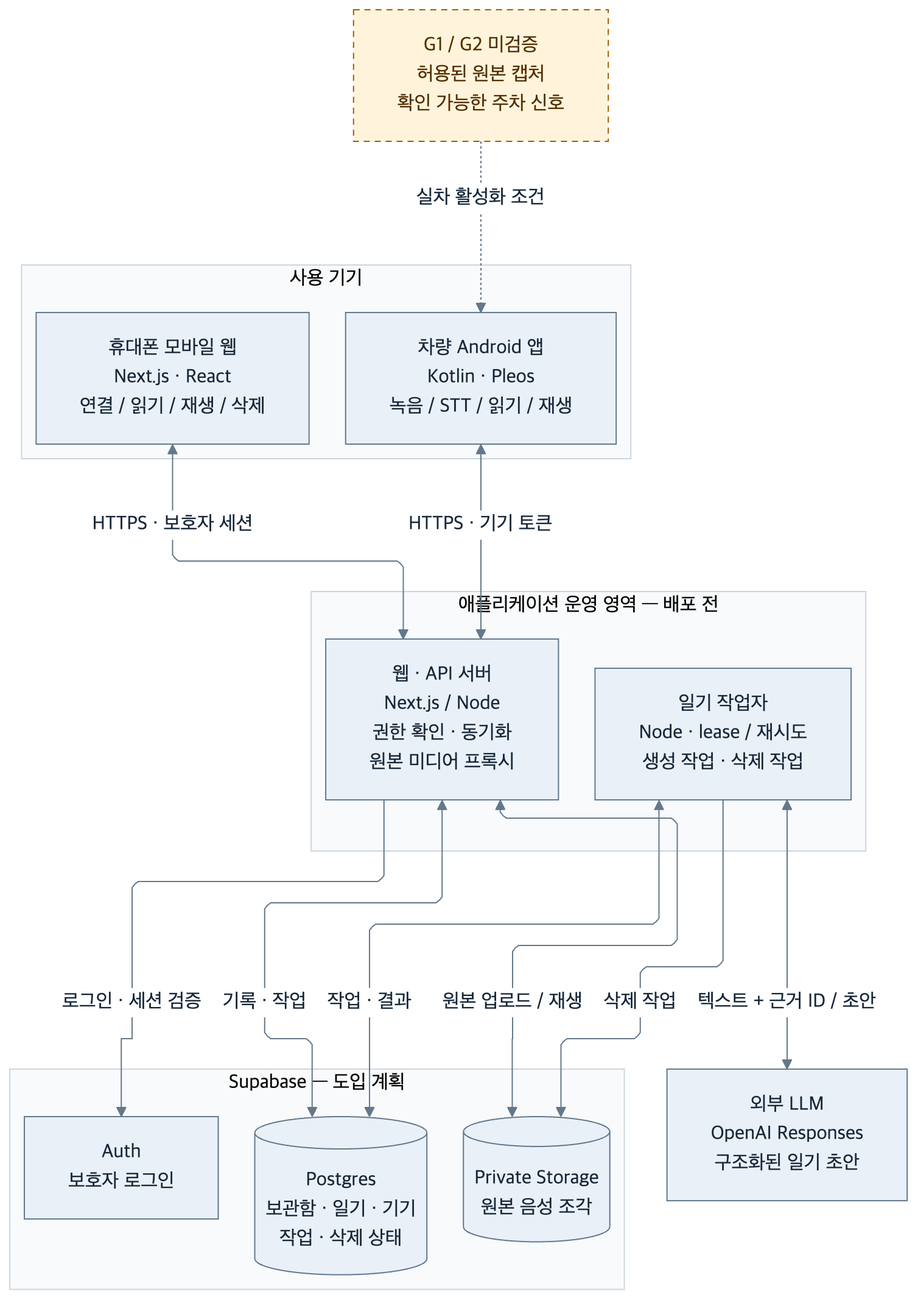
Earlier version of the Mermaid export docs/architecture/system.png (LSHgrandvoyage/hmg-family-diary). Its source is kept beside it as docs/architecture/system.mmd. Source of this version:
```mermaid
flowchart TB
  accTitle: 가족 여행일기 시스템 아키텍처
  accDescr: 계획상의 차량 앱과 휴대폰 웹이 인증 API를 통해 보관함을 사용하고 작업자가 텍스트를 정리한다. 차량 원본 캡처와 주차 신호는 미검증이다.
  subgraph clients["사용 기기"]
    car["차량 Android 앱<br/>Kotlin · Pleos<br/>녹음 / STT / 읽기 / 재생"]
    phone["휴대폰 모바일 웹<br/>Next.js · React<br/>연결 / 읽기 / 재생 / 삭제"]
  end
  subgraph service["애플리케이션 운영 영역 — 배포 전"]
    api["웹 · API 서버<br/>Next.js / Node<br/>권한 확인 · 동기화<br/>원본 미디어 프록시"]
    worker["일기 작업자<br/>Node · lease / 재시도<br/>생성 작업 · 삭제 작업"]
  end
  subgraph managed["Supabase — 도입 계획"]
    auth["Auth<br/>보호자 로그인"]
    db[("Postgres<br/>보관함 · 일기 · 기기<br/>작업 · 삭제 상태")]
    files[("Private Storage<br/>원본 음성 조각")]
  end
  model["외부 LLM<br/>OpenAI Responses<br/>구조화된 일기 초안"]
  gate["G1 / G2 미검증<br/>허용된 원본 캡처<br/>확인 가능한 주차 신호"]
  car <-->|"HTTPS · 기기 토큰"| api
  phone <-->|"HTTPS · 보호자 세션"| api
  api -->|"로그인 · 세션 검증"| auth
  api <-->|"기록 · 작업"| db
  api <-->|"원본 업로드 / 재생"| files
  worker <-->|"작업 · 결과"| db
  worker -->|"삭제 작업"| files
  worker <-->|"텍스트 + 근거 ID / 초안"| model
  gate -.->|"실차 활성화 조건"| car
  classDef pending fill:#fff4db,stroke:#a15c00,color:#543000,stroke-dasharray:5 4;
  class gate pending;
```
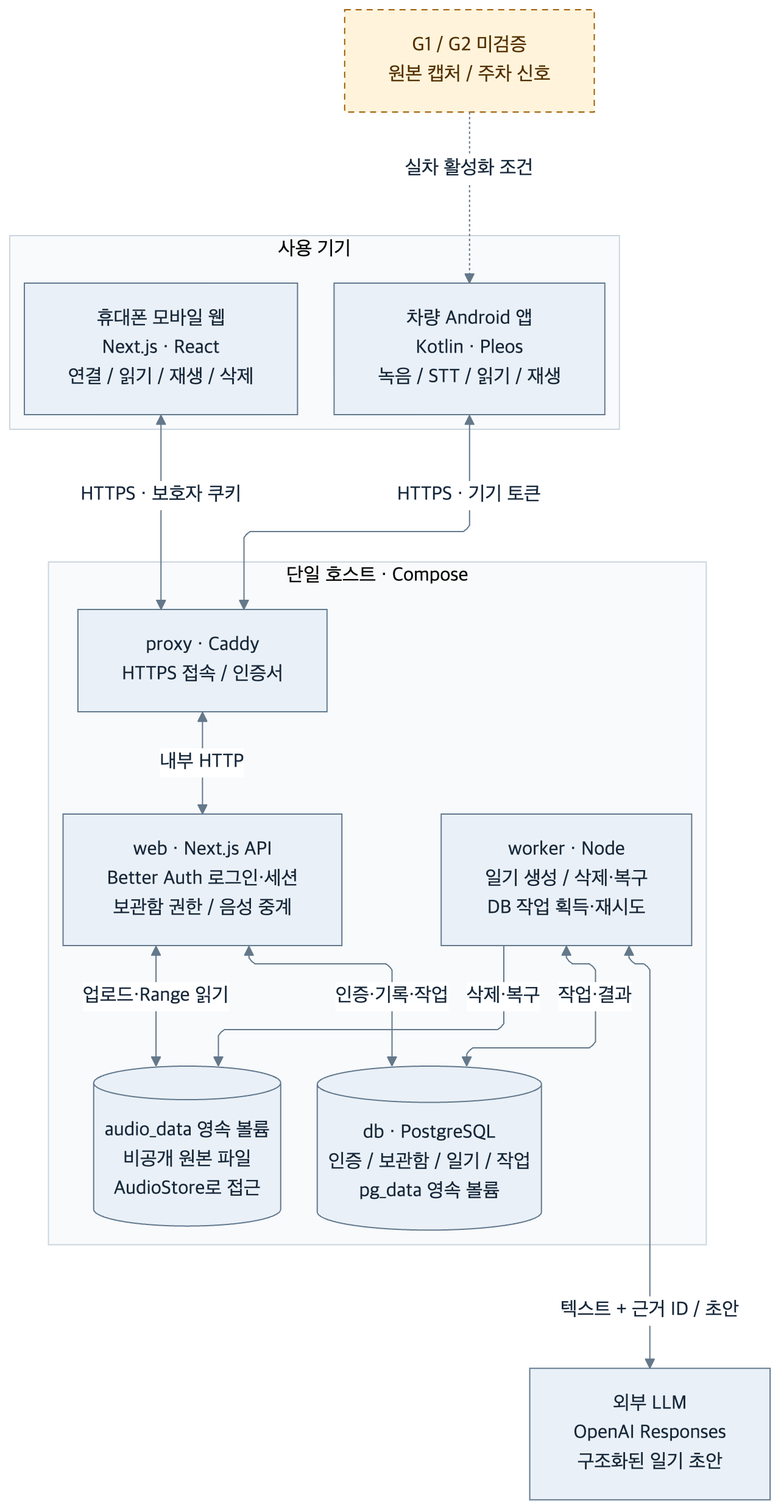
After the commit.

Change to the diagram source:
```diff
@@ -1,28 +1,26 @@
 flowchart TB
-  accTitle: 가족 여행일기 시스템 아키텍처
-  accDescr: 계획상의 차량 앱과 휴대폰 웹이 인증 API를 통해 보관함을 사용하고 작업자가 텍스트를 정리한다. 차량 원본 캡처와 주차 신호는 미검증이다.
+  accTitle: Docker Compose 기반 가족 여행일기 시스템 아키텍처
+  accDescr: 차량 앱과 휴대폰 웹이 HTTPS 프록시로 단일 호스트의 API에 접속한다. 앱 내부 Better Auth와 PostgreSQL, 비공개 음성 볼륨을 사용한다. 실제 차량 캡처와 주차 신호는 미검증이다.
   subgraph clients["사용 기기"]
     car["차량 Android 앱<br/>Kotlin · Pleos<br/>녹음 / STT / 읽기 / 재생"]
     phone["휴대폰 모바일 웹<br/>Next.js · React<br/>연결 / 읽기 / 재생 / 삭제"]
   end
-  subgraph service["애플리케이션 운영 영역 — 배포 전"]
-    api["웹 · API 서버<br/>Next.js / Node<br/>권한 확인 · 동기화<br/>원본 미디어 프록시"]
-    worker["일기 작업자<br/>Node · lease / 재시도<br/>생성 작업 · 삭제 작업"]
-  end
-  subgraph managed["Supabase — 도입 계획"]
-    auth["Auth<br/>보호자 로그인"]
-    db[("Postgres<br/>보관함 · 일기 · 기기<br/>작업 · 삭제 상태")]
-    files[("Private Storage<br/>원본 음성 조각")]
+  subgraph host["단일 호스트 · Compose"]
+    proxy["proxy · Caddy<br/>HTTPS 접속 / 인증서"]
+    api["web · Next.js API<br/>Better Auth 로그인·세션<br/>보관함 권한 / 음성 중계"]
+    worker["worker · Node<br/>일기 생성 / 삭제·복구<br/>DB 작업 획득·재시도"]
+    db[("db · PostgreSQL<br/>인증 / 보관함 / 일기 / 작업<br/>pg_data 영속 볼륨")]
+    files[("audio_data 영속 볼륨<br/>비공개 원본 파일<br/>AudioStore로 접근")]
   end
   model["외부 LLM<br/>OpenAI Responses<br/>구조화된 일기 초안"]
-  gate["G1 / G2 미검증<br/>허용된 원본 캡처<br/>확인 가능한 주차 신호"]
-  car <-->|"HTTPS · 기기 토큰"| api
-  phone <-->|"HTTPS · 보호자 세션"| api
-  api -->|"로그인 · 세션 검증"| auth
-  api <-->|"기록 · 작업"| db
-  api <-->|"원본 업로드 / 재생"| files
-  worker <-->|"작업 · 결과"| db
-  worker -->|"삭제 작업"| files
+  gate["G1 / G2 미검증<br/>원본 캡처 / 주차 신호"]
+  car <-->|"HTTPS · 기기 토큰"| proxy
+  phone <-->|"HTTPS · 보호자 쿠키"| proxy
+  proxy <-->|"내부 HTTP"| api
+  api <-->|"인증·기록·작업"| db
+  api <-->|"업로드·Range 읽기"| files
+  worker <-->|"작업·결과"| db
+  worker -->|"삭제·복구"| files
   worker <-->|"텍스트 + 근거 ID / 초안"| model
   gate -.->|"실차 활성화 조건"| car
   classDef pending fill:#fff4db,stroke:#a15c00,color:#543000,stroke-dasharray:5 4;
```
